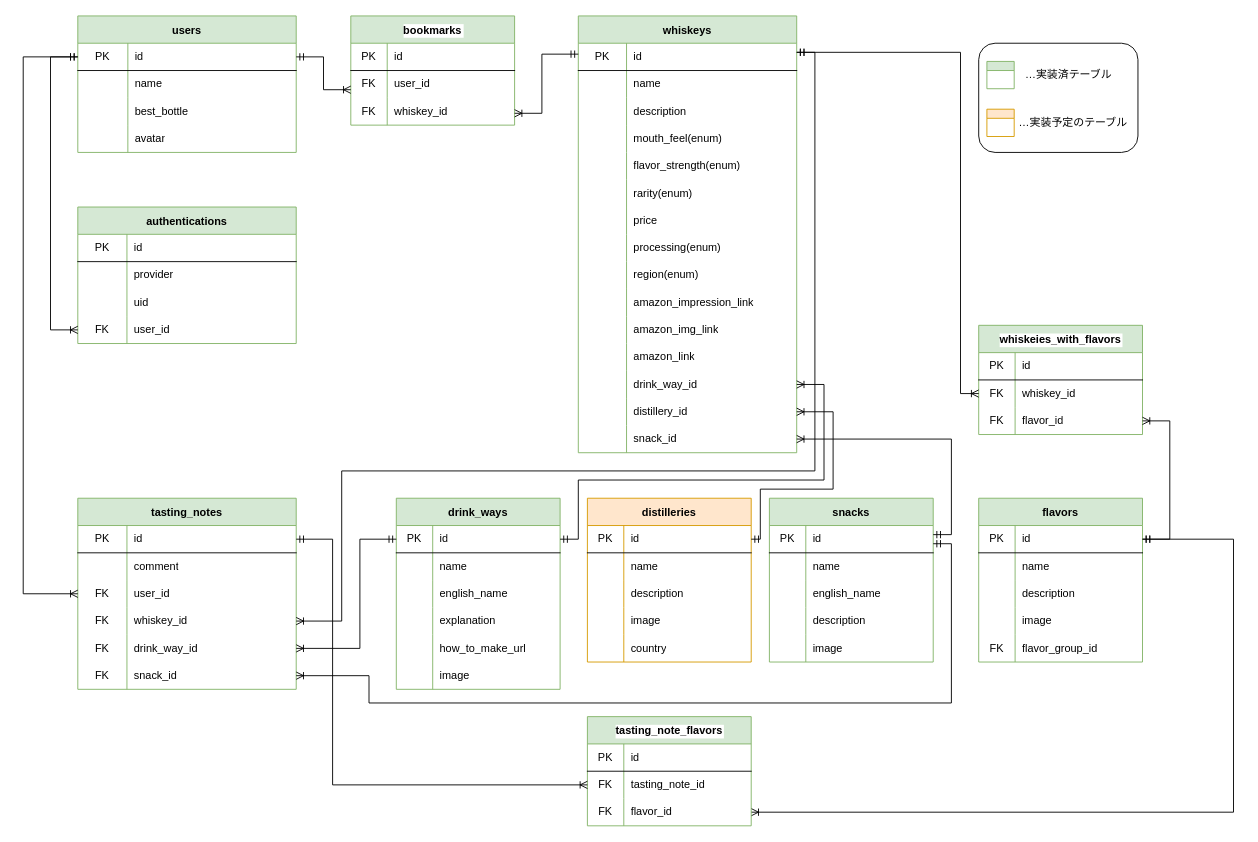
This is erd.drawio from tarakish/whiskey_database, a draw.io file, before an edit. Source tidied: cells renumbered, new cells numbered last; positions are measured from the earlier drawing's top-left corner, leaving out a move shared by most shapes. Both pictures are drawn from the tidied source at 91%, with x=0, y=0 at pixel (23, 15).
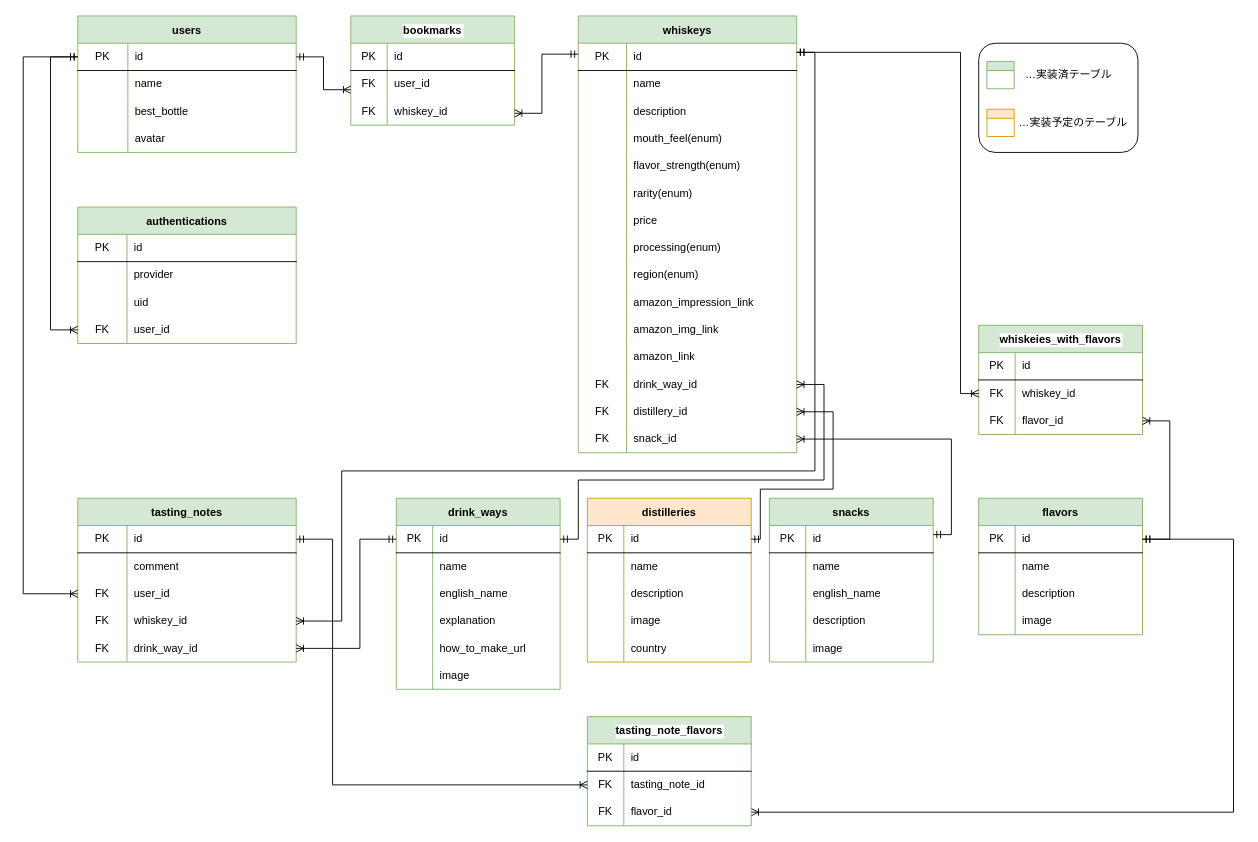
The same diagram, later.

The change refers to these unchanged cells:
```xml
<mxCell id="68" style="shape=partialRectangle;html=1;whiteSpace=wrap;fillColor=none;top=0;left=0;bottom=0;right=0;points=[[0,0.5],[1,0.5]];portConstraint=eastwest;" parent="31" vertex="1">
  <mxGeometry y="390" width="240" height="30" as="geometry" />
</mxCell>
<mxCell id="71" style="shape=partialRectangle;html=1;whiteSpace=wrap;fillColor=none;top=0;left=0;bottom=0;right=0;points=[[0,0.5],[1,0.5]];portConstraint=eastwest;" parent="31" vertex="1">
  <mxGeometry y="420" width="240" height="30" as="geometry" />
</mxCell>
<mxCell id="74" style="shape=partialRectangle;html=1;whiteSpace=wrap;fillColor=none;top=0;left=0;bottom=0;right=0;points=[[0,0.5],[1,0.5]];portConstraint=eastwest;" parent="31" vertex="1">
  <mxGeometry y="450" width="240" height="30" as="geometry" />
</mxCell>
```

The edit, as a diff of the source:
```diff
@@
     <mxCell id="15" value="flavors" style="shape=table;startSize=30;childLayout=tableLayout;rowLines=0;fontStyle=1;align=center;fillColor=#d5e8d4;strokeColor=#82b366;" parent="1" vertex="1">
-      <mxGeometry x="1050" y="530" width="180" height="180" as="geometry" />
+      <mxGeometry x="1050" y="530" width="180" height="150" as="geometry" />
     </mxCell>
@@
-    <mxCell id="28" style="shape=partialRectangle;html=1;whiteSpace=wrap;fillColor=none;top=0;left=0;bottom=0;right=0;" parent="15" vertex="1">
-      <mxGeometry y="150" width="180" height="30" as="geometry" />
-    </mxCell>
-    <mxCell id="29" value="FK" style="shape=partialRectangle;html=1;whiteSpace=wrap;fillColor=none;top=0;left=0;bottom=0;right=0;overflow=hidden;" parent="28" vertex="1">
-      <mxGeometry width="40" height="30" as="geometry" />
-    </mxCell>
-    <mxCell id="30" value="flavor_group_id" style="shape=partialRectangle;html=1;whiteSpace=wrap;fillColor=none;top=0;left=0;bottom=0;right=0;align=left;spacingLeft=6;overflow=hidden;" parent="28" vertex="1">
-      <mxGeometry x="40" width="140" height="30" as="geometry" />
-    </mxCell>
@@
-    <mxCell id="69" style="shape=partialRectangle;html=1;whiteSpace=wrap;fillColor=none;top=0;left=0;bottom=0;right=0;overflow=hidden;" parent="68" vertex="1">
+    <mxCell id="69" value="FK" style="shape=partialRectangle;html=1;whiteSpace=wrap;fillColor=none;top=0;left=0;bottom=0;right=0;overflow=hidden;" parent="68" vertex="1">
       <mxGeometry width="53" height="30" as="geometry" />
     </mxCell>
@@
-    <mxCell id="72" style="shape=partialRectangle;html=1;whiteSpace=wrap;fillColor=none;top=0;left=0;bottom=0;right=0;overflow=hidden;" parent="71" vertex="1">
+    <mxCell id="72" value="FK" style="shape=partialRectangle;html=1;whiteSpace=wrap;fillColor=none;top=0;left=0;bottom=0;right=0;overflow=hidden;" parent="71" vertex="1">
       <mxGeometry width="53" height="30" as="geometry" />
     </mxCell>
@@
-    <mxCell id="75" style="shape=partialRectangle;html=1;whiteSpace=wrap;fillColor=none;top=0;left=0;bottom=0;right=0;overflow=hidden;" parent="74" vertex="1">
+    <mxCell id="75" value="FK" style="shape=partialRectangle;html=1;whiteSpace=wrap;fillColor=none;top=0;left=0;bottom=0;right=0;overflow=hidden;" parent="74" vertex="1">
       <mxGeometry width="53" height="30" as="geometry" />
     </mxCell>
@@
     <mxCell id="138" value="tasting_notes" style="shape=table;startSize=30;childLayout=tableLayout;rowLines=0;fontStyle=1;align=center;fillColor=#d5e8d4;strokeColor=#82b366;" parent="1" vertex="1">
-      <mxGeometry x="60" y="530" width="240" height="210" as="geometry" />
+      <mxGeometry x="60" y="530" width="240" height="180" as="geometry" />
     </mxCell>
@@
-    <mxCell id="154" style="shape=partialRectangle;html=1;whiteSpace=wrap;fillColor=none;top=0;left=0;bottom=0;right=0;points=[[0,0.5],[1,0.5]];portConstraint=eastwest;" parent="138" vertex="1">
-      <mxGeometry y="180" width="240" height="30" as="geometry" />
-    </mxCell>
-    <mxCell id="155" value="FK" style="shape=partialRectangle;html=1;whiteSpace=wrap;fillColor=none;top=0;left=0;bottom=0;right=0;overflow=hidden;" parent="154" vertex="1">
-      <mxGeometry width="54" height="30" as="geometry" />
-    </mxCell>
-    <mxCell id="156" value="snack_id" style="shape=partialRectangle;html=1;whiteSpace=wrap;fillColor=none;top=0;left=0;bottom=0;right=0;align=left;spacingLeft=6;overflow=hidden;" parent="154" vertex="1">
-      <mxGeometry x="54" width="186" height="30" as="geometry" />
-    </mxCell>
@@
-    <mxCell id="170" style="edgeStyle=orthogonalEdgeStyle;fontSize=12;html=1;endArrow=ERoneToMany;startArrow=ERmandOne;rounded=0;fontColor=#7A7A7A;entryX=1;entryY=0.5;entryDx=0;entryDy=0;" parent="1" edge="1" target="154">
-      <mxGeometry relative="1" as="geometry">
-        <mxPoint x="1000" y="580" as="sourcePoint" />
-        <Array as="points">
-          <mxPoint x="1020" y="580" />
-          <mxPoint x="1020" y="755" />
-          <mxPoint x="380" y="755" />
-          <mxPoint x="380" y="725" />
-        </Array>
-      </mxGeometry>
-    </mxCell>
```
